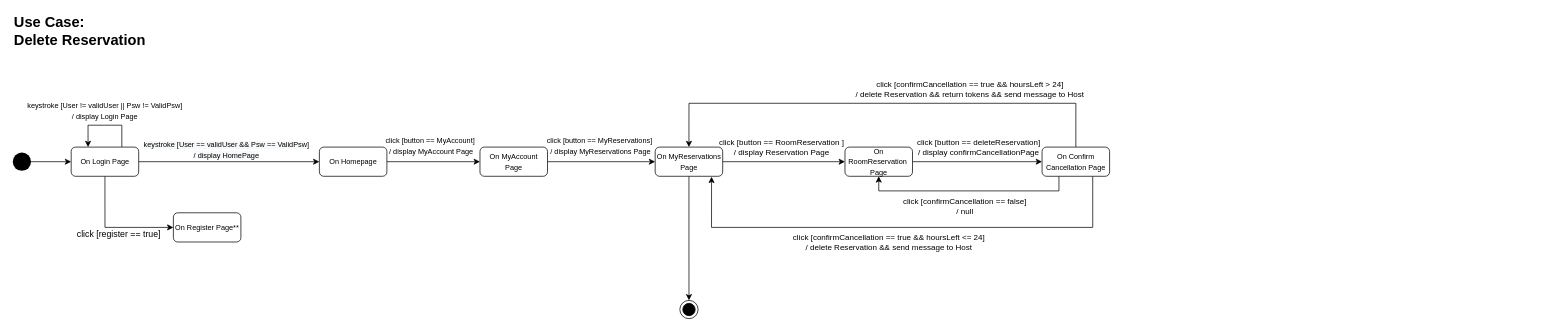
Above: Deliverables/State Diagram/State Diagram - Magnoni Flavia.drawio in nic-agos/DoveStudi (draw.io), before the change. Source tidied: cells renumbered, new cells numbered last; positions are measured from the earlier drawing's top-left corner, leaving out a move shared by most shapes. Both pictures are drawn from the tidied source at 73%, with x=0, y=0 at pixel (12, 15).
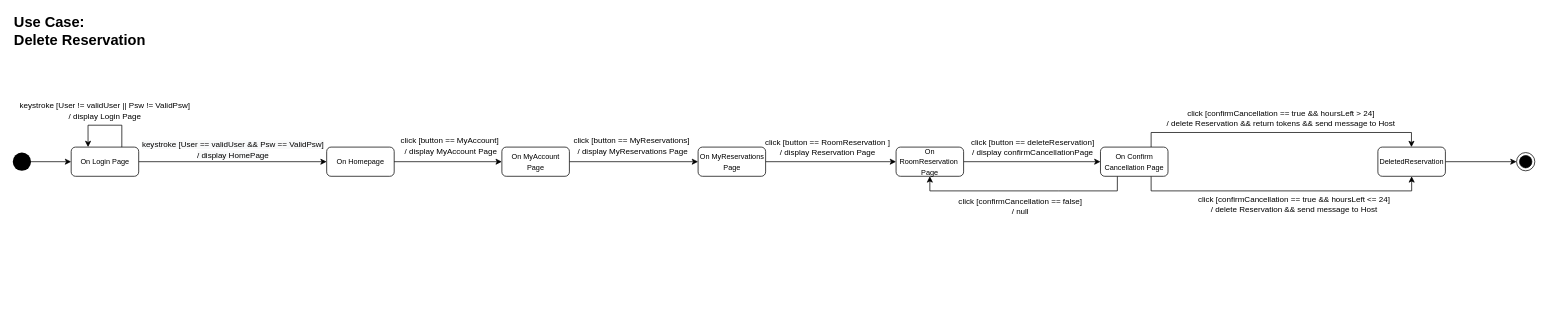
Above is the later version.

The change refers to these unchanged cells:
```xml
<mxCell id="7" value="&lt;span style=&quot;font-size: 10px&quot;&gt;On Login Page&lt;/span&gt;" style="rounded=1;whiteSpace=wrap;html=1;strokeWidth=1;" parent="1" vertex="1">
  <mxGeometry x="80" y="180" width="92.5" height="40" as="geometry" />
</mxCell>
```

Diff of the diagram source:
```diff
@@
-    <mxCell id="6" style="edgeStyle=orthogonalEdgeStyle;rounded=0;jettySize=auto;html=1;exitX=0.5;exitY=1;exitDx=0;exitDy=0;entryX=0;entryY=0.5;entryDx=0;entryDy=0;" parent="1" edge="1" source="7" target="31">
-      <mxGeometry relative="1" as="geometry">
-        <Array as="points">
-          <mxPoint x="126" y="290" />
-        </Array>
-      </mxGeometry>
-    </mxCell>
@@
     <mxCell id="8" value="&lt;span style=&quot;font-size: 10px&quot;&gt;On Homepage&lt;/span&gt;" style="rounded=1;whiteSpace=wrap;html=1;strokeWidth=1;" parent="1" vertex="1">
-      <mxGeometry x="420" y="180" width="92.5" height="40" as="geometry" />
+      <mxGeometry x="430" y="180" width="92.5" height="40" as="geometry" />
     </mxCell>
-    <mxCell id="9" value="&lt;font style=&quot;font-size: 10px&quot;&gt;keystroke [User != validUser || Psw != ValidPsw]&lt;br&gt;/ display Login Page&lt;/font&gt;" style="text;html=1;align=center;verticalAlign=middle;" parent="1" vertex="1">
-      <mxGeometry x="11.2" y="110" width="230" height="40" as="geometry" />
+    <mxCell id="9" value="&lt;font style=&quot;font-size: 11px&quot;&gt;keystroke [User != validUser || Psw != ValidPsw]&lt;br&gt;/ display Login Page&lt;/font&gt;" style="text;html=1;align=center;verticalAlign=middle;" parent="1" vertex="1">
+      <mxGeometry x="1.2" y="115" width="250" height="30" as="geometry" />
     </mxCell>
-    <mxCell id="10" value="&lt;font style=&quot;font-size: 10px&quot;&gt;&lt;span style=&quot;color: rgb(0 , 0 , 0) ; font-family: &amp;#34;helvetica&amp;#34; ; font-style: normal ; font-weight: 400 ; letter-spacing: normal ; text-indent: 0px ; text-transform: none ; word-spacing: 0px ; background-color: rgb(248 , 249 , 250) ; display: inline ; float: none&quot;&gt;keystroke [User == validUser &amp;amp;&amp;amp; Psw == ValidPsw]&lt;/span&gt;&lt;br style=&quot;color: rgb(0 , 0 , 0) ; font-family: &amp;#34;helvetica&amp;#34; ; font-style: normal ; font-weight: 400 ; letter-spacing: normal ; text-indent: 0px ; text-transform: none ; word-spacing: 0px ; background-color: rgb(248 , 249 , 250)&quot;&gt;&lt;span style=&quot;color: rgb(0 , 0 , 0) ; font-family: &amp;#34;helvetica&amp;#34; ; font-style: normal ; font-weight: 400 ; letter-spacing: normal ; text-indent: 0px ; text-transform: none ; word-spacing: 0px ; background-color: rgb(248 , 249 , 250) ; display: inline ; float: none&quot;&gt;/ display HomePage&lt;/span&gt;&lt;/font&gt;" style="text;whiteSpace=wrap;html=1;align=center;" parent="1" vertex="1">
-      <mxGeometry x="172.5" y="162.5" width="240" height="50" as="geometry" />
+    <mxCell id="10" value="&lt;font style=&quot;font-size: 11px&quot;&gt;&lt;span style=&quot;color: rgb(0 , 0 , 0) ; font-family: &amp;#34;helvetica&amp;#34; ; font-style: normal ; font-weight: 400 ; letter-spacing: normal ; text-indent: 0px ; text-transform: none ; word-spacing: 0px ; background-color: rgb(248 , 249 , 250) ; display: inline ; float: none&quot;&gt;keystroke [User == validUser &amp;amp;&amp;amp; Psw == ValidPsw]&lt;/span&gt;&lt;br style=&quot;color: rgb(0 , 0 , 0) ; font-family: &amp;#34;helvetica&amp;#34; ; font-style: normal ; font-weight: 400 ; letter-spacing: normal ; text-indent: 0px ; text-transform: none ; word-spacing: 0px ; background-color: rgb(248 , 249 , 250)&quot;&gt;&lt;span style=&quot;color: rgb(0 , 0 , 0) ; font-family: &amp;#34;helvetica&amp;#34; ; font-style: normal ; font-weight: 400 ; letter-spacing: normal ; text-indent: 0px ; text-transform: none ; word-spacing: 0px ; background-color: rgb(248 , 249 , 250) ; display: inline ; float: none&quot;&gt;/ display HomePage&lt;/span&gt;&lt;/font&gt;" style="text;whiteSpace=wrap;html=1;align=center;" parent="1" vertex="1">
+      <mxGeometry x="172.5" y="162.5" width="257.5" height="50" as="geometry" />
     </mxCell>
@@
-    <mxCell id="12" style="edgeStyle=orthogonalEdgeStyle;rounded=0;orthogonalLoop=1;jettySize=auto;html=1;exitX=1;exitY=0.5;exitDx=0;exitDy=0;" parent="1" edge="1">
-      <mxGeometry relative="1" as="geometry">
-        <mxPoint x="512.5" y="200" as="sourcePoint" />
-        <mxPoint x="640" y="200" as="targetPoint" />
-      </mxGeometry>
+    <mxCell id="12" style="edgeStyle=orthogonalEdgeStyle;rounded=0;jettySize=auto;html=1;exitX=1;exitY=0.5;exitDx=0;exitDy=0;entryX=0;entryY=0.5;entryDx=0;entryDy=0;" parent="1" edge="1" source="8" target="15">
+      <mxGeometry relative="1" as="geometry" />
     </mxCell>
-    <mxCell id="13" value="&lt;font style=&quot;font-size: 10px&quot;&gt;click [button == MyAccount]&amp;nbsp;&lt;br&gt;/ display MyAccount Page&lt;br&gt;&lt;/font&gt;" style="text;html=1;align=center;verticalAlign=middle;" parent="1" vertex="1">
-      <mxGeometry x="502.5" y="157.5" width="140" height="40" as="geometry" />
+    <mxCell id="13" value="&lt;font style=&quot;font-size: 11px&quot;&gt;click [button == MyAccount]&amp;nbsp;&lt;br&gt;/ display MyAccount Page&lt;br&gt;&lt;/font&gt;" style="text;html=1;align=center;verticalAlign=middle;" parent="1" vertex="1">
+      <mxGeometry x="525" y="162.5" width="150" height="30" as="geometry" />
     </mxCell>
@@
     <mxCell id="15" value="&lt;span style=&quot;font-size: 10px&quot;&gt;On MyAccount Page&lt;/span&gt;" style="rounded=1;whiteSpace=wrap;html=1;strokeWidth=1;" parent="1" vertex="1">
-      <mxGeometry x="640" y="180" width="92.5" height="40" as="geometry" />
+      <mxGeometry x="670" y="180" width="92.5" height="40" as="geometry" />
     </mxCell>
@@
-    <mxCell id="18" style="edgeStyle=orthogonalEdgeStyle;rounded=0;jettySize=auto;html=1;exitX=0.5;exitY=1;exitDx=0;exitDy=0;entryX=0.5;entryY=0;entryDx=0;entryDy=0;" parent="1" edge="1" source="19" target="33">
-      <mxGeometry relative="1" as="geometry" />
-    </mxCell>
     <mxCell id="19" value="&lt;span style=&quot;font-size: 10px&quot;&gt;On MyReservations Page&lt;/span&gt;" style="rounded=1;whiteSpace=wrap;html=1;strokeWidth=1;" parent="1" vertex="1">
-      <mxGeometry x="880" y="180" width="92.5" height="40" as="geometry" />
+      <mxGeometry x="938.8" y="180" width="92.5" height="40" as="geometry" />
     </mxCell>
-    <mxCell id="20" value="&lt;font style=&quot;font-size: 10px&quot;&gt;click [button == MyReservations]&amp;nbsp;&lt;br&gt;/ display MyReservations Page&lt;br&gt;&lt;/font&gt;" style="text;html=1;align=center;verticalAlign=middle;" parent="1" vertex="1">
-      <mxGeometry x="725" y="157.5" width="160" height="40" as="geometry" />
+    <mxCell id="20" value="&lt;font style=&quot;font-size: 11px&quot;&gt;click [button == MyReservations]&amp;nbsp;&lt;br&gt;/ display MyReservations Page&lt;br&gt;&lt;/font&gt;" style="text;html=1;align=center;verticalAlign=middle;" parent="1" vertex="1">
+      <mxGeometry x="758.8" y="162.5" width="180" height="30" as="geometry" />
     </mxCell>
@@
     <mxCell id="23" value="&lt;span style=&quot;font-size: 10px&quot;&gt;On RoomReservation&amp;nbsp; Page&lt;/span&gt;" style="rounded=1;whiteSpace=wrap;html=1;strokeWidth=1;" parent="1" vertex="1">
-      <mxGeometry x="1140" y="180" width="92.5" height="40" as="geometry" />
+      <mxGeometry x="1210" y="180" width="92.5" height="40" as="geometry" />
     </mxCell>
-    <mxCell id="24" style="edgeStyle=orthogonalEdgeStyle;rounded=0;jettySize=auto;html=1;exitX=0.5;exitY=0;exitDx=0;exitDy=0;entryX=0.5;entryY=0;entryDx=0;entryDy=0;" parent="1" edge="1" source="30" target="19">
+    <mxCell id="24" style="edgeStyle=orthogonalEdgeStyle;rounded=0;jettySize=auto;html=1;exitX=0.75;exitY=0;exitDx=0;exitDy=0;" parent="1" edge="1" source="30" target="35">
       <mxGeometry relative="1" as="geometry">
         <Array as="points">
-          <mxPoint x="1456" y="120" />
-          <mxPoint x="926" y="120" />
+          <mxPoint x="1559" y="160" />
+          <mxPoint x="1916" y="160" />
         </Array>
       </mxGeometry>
     </mxCell>
@@
-    <mxCell id="28" style="edgeStyle=orthogonalEdgeStyle;rounded=0;jettySize=auto;html=1;exitX=0.75;exitY=1;exitDx=0;exitDy=0;entryX=0.835;entryY=1.015;entryDx=0;entryDy=0;entryPerimeter=0;" parent="1" edge="1" source="30" target="19">
+    <mxCell id="28" style="edgeStyle=orthogonalEdgeStyle;rounded=0;jettySize=auto;html=1;exitX=0.75;exitY=1;exitDx=0;exitDy=0;entryX=0.5;entryY=1;entryDx=0;entryDy=0;" parent="1" edge="1" source="30" target="35">
       <mxGeometry relative="1" as="geometry">
         <Array as="points">
-          <mxPoint x="1479" y="290" />
-          <mxPoint x="957" y="290" />
+          <mxPoint x="1559" y="240" />
+          <mxPoint x="1916" y="240" />
         </Array>
       </mxGeometry>
     </mxCell>
@@
     <mxCell id="30" value="&lt;span style=&quot;font-size: 10px&quot;&gt;On Confirm Cancellation Page&lt;/span&gt;" style="rounded=1;whiteSpace=wrap;html=1;strokeWidth=1;" parent="1" vertex="1">
-      <mxGeometry x="1410" y="180" width="92.5" height="40" as="geometry" />
+      <mxGeometry x="1490" y="180" width="92.5" height="40" as="geometry" />
     </mxCell>
-    <mxCell id="31" value="&lt;span style=&quot;font-size: 10px&quot;&gt;On Register Page**&lt;/span&gt;" style="rounded=1;whiteSpace=wrap;html=1;strokeWidth=1;" parent="1" vertex="1">
-      <mxGeometry x="220" y="270" width="92.5" height="40" as="geometry" />
-    </mxCell>
-    <mxCell id="32" value="click [register == true]" style="text;html=1;align=center;verticalAlign=middle;" parent="1" vertex="1">
-      <mxGeometry x="80" y="290" width="130" height="20" as="geometry" />
-    </mxCell>
     <mxCell id="33" style="ellipse;html=1;shape=endState;fillColor=#000000;strokeColor=#000000;" parent="1" vertex="1">
-      <mxGeometry x="913.8" y="390" width="25" height="25" as="geometry" />
+      <mxGeometry x="2060" y="187.5" width="25" height="25" as="geometry" />
     </mxCell>
+    <mxCell id="34" style="edgeStyle=orthogonalEdgeStyle;rounded=0;jettySize=auto;html=1;exitX=1;exitY=0.5;exitDx=0;exitDy=0;entryX=0;entryY=0.5;entryDx=0;entryDy=0;" parent="1" edge="1" source="35" target="33">
+      <mxGeometry relative="1" as="geometry" />
+    </mxCell>
+    <mxCell id="35" value="&lt;span style=&quot;font-size: 10px&quot;&gt;DeletedReservation&lt;/span&gt;" style="rounded=1;whiteSpace=wrap;html=1;strokeWidth=1;" parent="1" vertex="1">
+      <mxGeometry x="1870" y="180" width="92.5" height="40" as="geometry" />
+    </mxCell>
```
